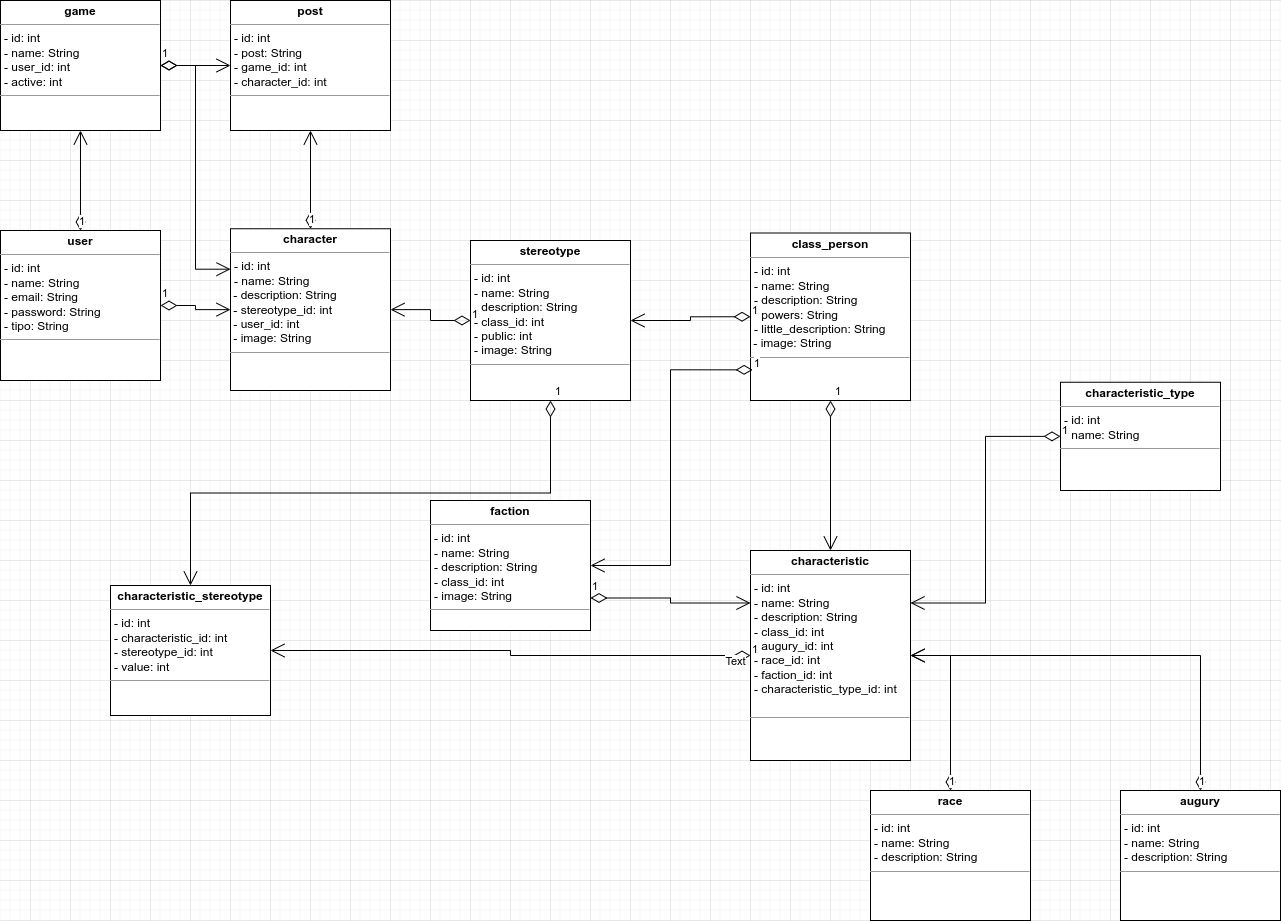
Above: diagrama_de_classes.drawio.png in fabriciodiasoliveira/mundo-sombrio-rpg (draw.io), before the change. Source tidied: cells renumbered, new cells last; positions are measured from the earlier drawing's top-left corner, leaving out a move shared by most shapes.
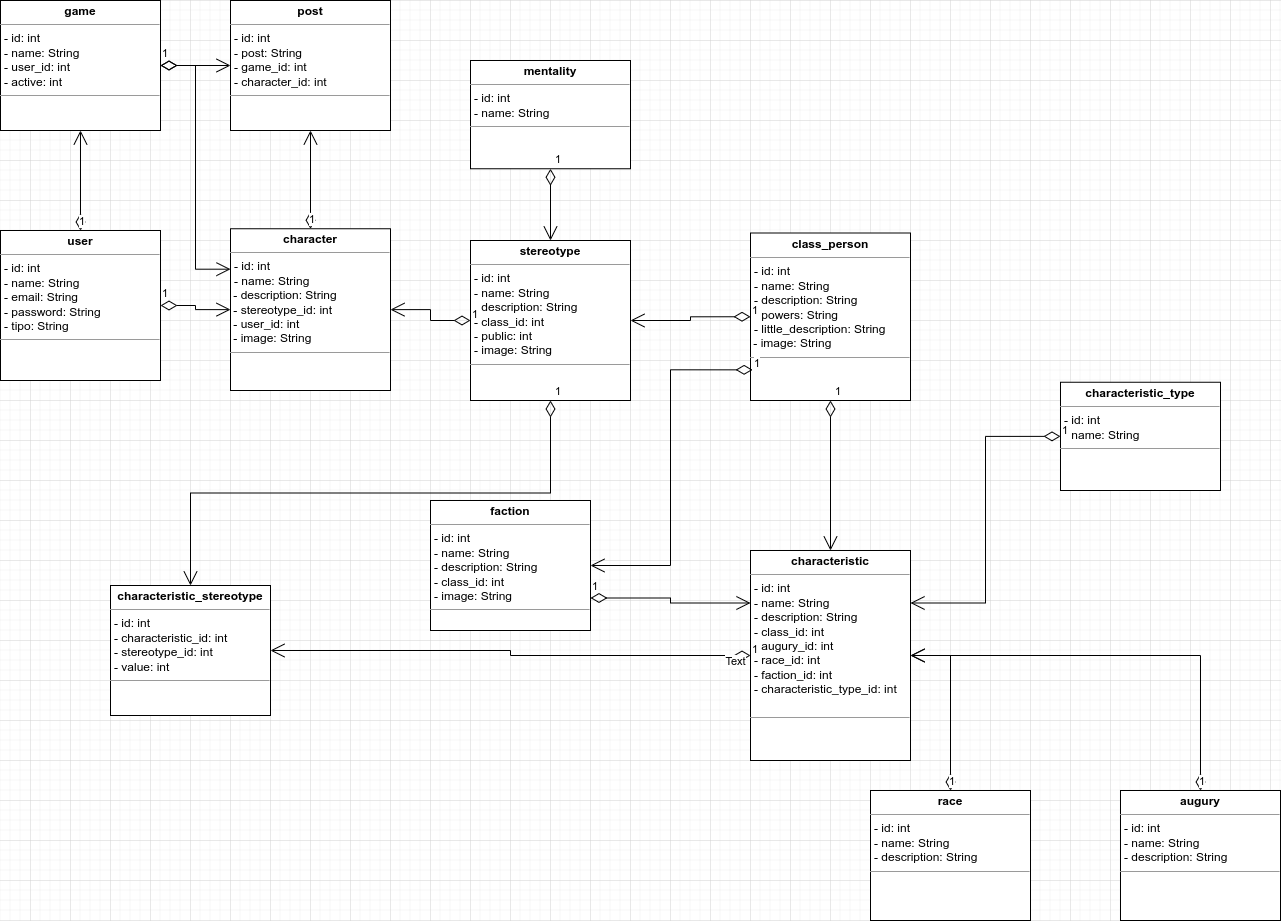
Above is the later version.

The edit, as a diff of the source:
```diff
@@ -86,5 +86,11 @@
     <mxCell id="29" value="1" style="endArrow=open;html=1;endSize=12;startArrow=diamondThin;startSize=14;startFill=0;edgeStyle=orthogonalEdgeStyle;align=left;verticalAlign=bottom;rounded=0;entryX=0;entryY=0.25;entryDx=0;entryDy=0;exitX=1;exitY=0.75;exitDx=0;exitDy=0;" parent="1" edge="1" source="27" target="5">
       <mxGeometry x="-1" y="3" relative="1" as="geometry" />
     </mxCell>
+    <mxCell id="30" value="&lt;p style=&quot;margin:0px;margin-top:4px;text-align:center;&quot;&gt;&lt;b&gt;mentality&lt;/b&gt;&lt;br&gt;&lt;/p&gt;&lt;hr size=&quot;1&quot;&gt;&lt;p style=&quot;margin:0px;margin-left:4px;&quot;&gt;- id: int&lt;/p&gt;&lt;p style=&quot;margin:0px;margin-left:4px;&quot;&gt;- name: String&lt;br&gt;&lt;/p&gt;&lt;hr size=&quot;1&quot;&gt;&lt;p style=&quot;margin:0px;margin-left:4px;&quot;&gt;&lt;br&gt;&lt;/p&gt;" style="verticalAlign=top;align=left;overflow=fill;fontSize=12;fontFamily=Helvetica;html=1;" parent="1" vertex="1">
+      <mxGeometry x="470" y="60" width="160" height="108.2" as="geometry" />
+    </mxCell>
+    <mxCell id="31" value="1" style="endArrow=open;html=1;endSize=12;startArrow=diamondThin;startSize=14;startFill=0;edgeStyle=orthogonalEdgeStyle;align=left;verticalAlign=bottom;rounded=0;entryX=0.5;entryY=0;entryDx=0;entryDy=0;exitX=0.5;exitY=1;exitDx=0;exitDy=0;" parent="1" edge="1" source="30" target="3">
+      <mxGeometry x="-1" y="3" relative="1" as="geometry" />
+    </mxCell>
   </root>
 </mxGraphModel>
```
